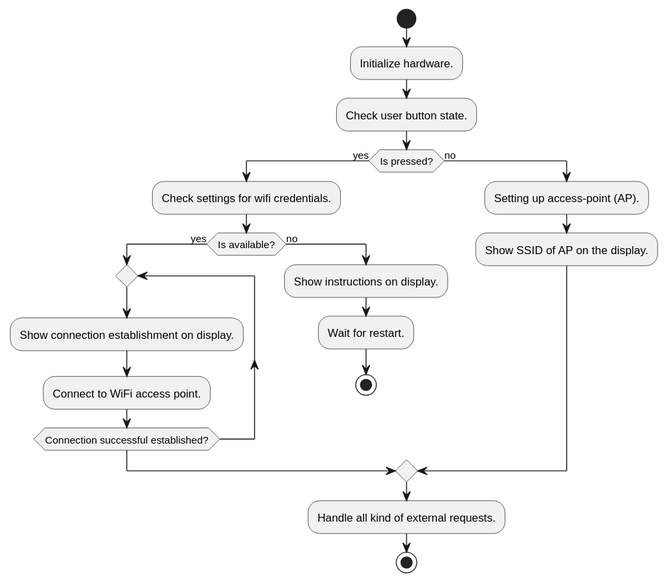
The PlantUML diagram doc/architecture/svg/startup.svg in BlueAndi/Pixelix, before a commit.
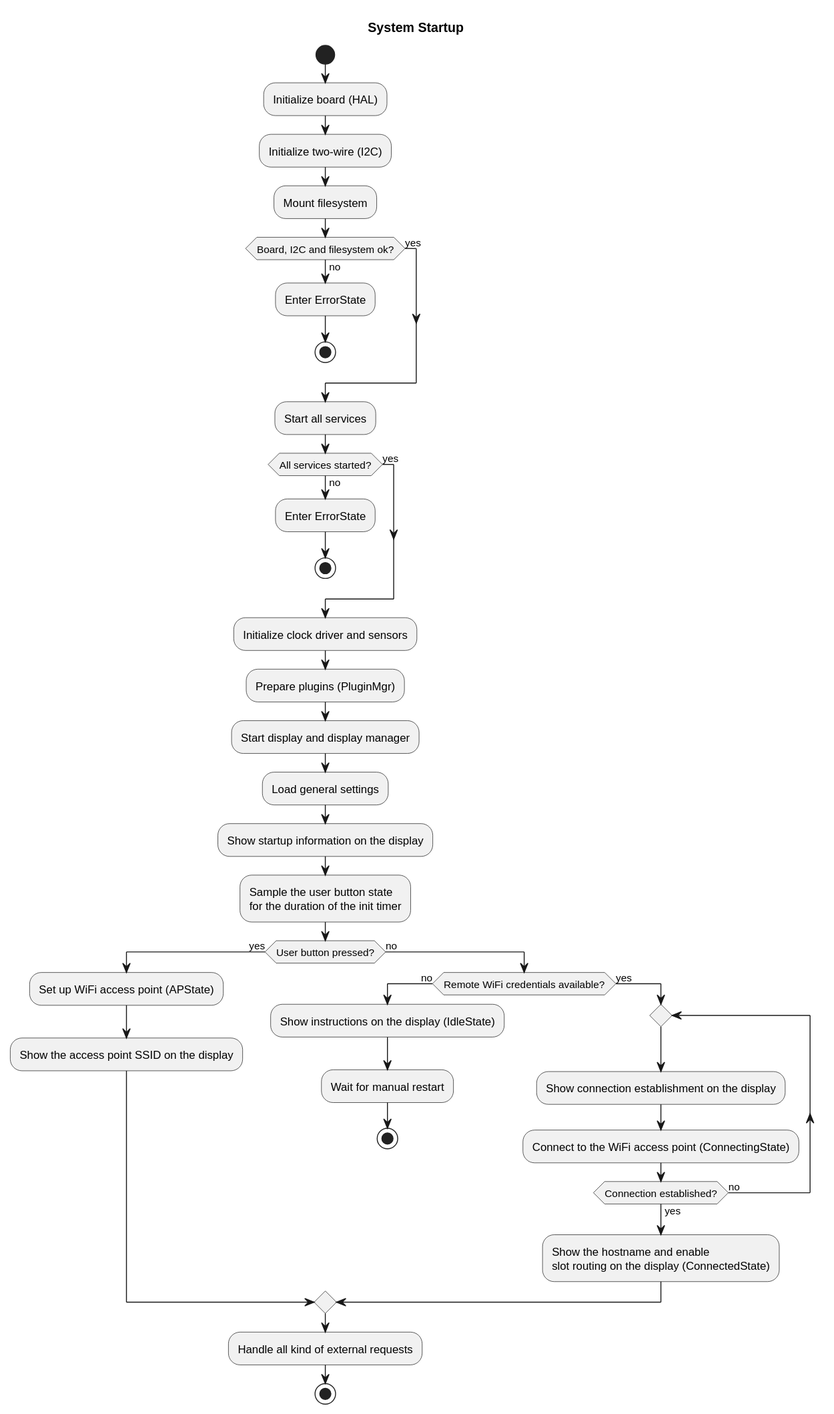
Above is the later version.

Change to the diagram source:
```diff
@@ -1,34 +1,63 @@
 @startuml
+title System Startup
+
 start
-:Initialize hardware.;
-:Check user button state.;
 
-if (Is pressed?) then (yes)
+:Initialize board (HAL);
+:Initialize two-wire (I2C);
+:Mount filesystem;
 
-    :Check settings for wifi credentials.;
+if (Board, I2C and filesystem ok?) then (no)
+    :Enter ErrorState;
+    stop
+else (yes)
+endif
 
-    if (Is available?) then (yes)
+:Start all services;
+
+if (All services started?) then (no)
+    :Enter ErrorState;
+    stop
+else (yes)
+endif
+
+:Initialize clock driver and sensors;
+:Prepare plugins (PluginMgr);
+:Start display and display manager;
+:Load general settings;
+:Show startup information on the display;
+
+:Sample the user button state
+for the duration of the init timer;
+
+if (User button pressed?) then (yes)
+
+    :Set up WiFi access point (APState);
+    :Show the access point SSID on the display;
+
+else (no)
+
+    if (Remote WiFi credentials available?) then (no)
+
+        :Show instructions on the display (IdleState);
+        :Wait for manual restart;
+        stop
+
+    else (yes)
 
         repeat
-            :Show connection establishment on display.;
-            :Connect to WiFi access point.;
-        repeat while(Connection successful established?)
+            :Show connection establishment on the display;
+            :Connect to the WiFi access point (ConnectingState);
+        repeat while (Connection established?) is (no) not (yes)
 
-    else (no)
-
-        :Show instructions on display.;
-        :Wait for restart.;
-        stop
+        :Show the hostname and enable
+        slot routing on the display (ConnectedState);
 
     endif
 
-else (no)
-
-    :Setting up access-point (AP).;
-    :Show SSID of AP on the display.;
-
 endif
 
-:Handle all kind of external requests.;
+:Handle all kind of external requests;
+
 stop
 @enduml
```
